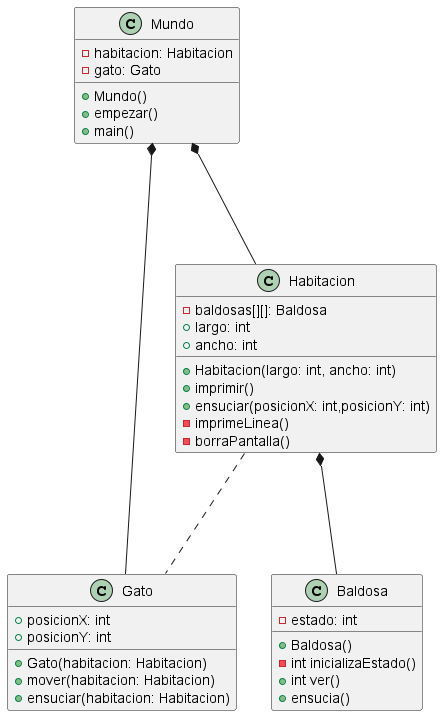
Earlier version of the PlantUML export out/diagrama001/diagrama001.png (mmasias/theWorld). Its source is kept beside it as modelosUML/diagrama001.puml.
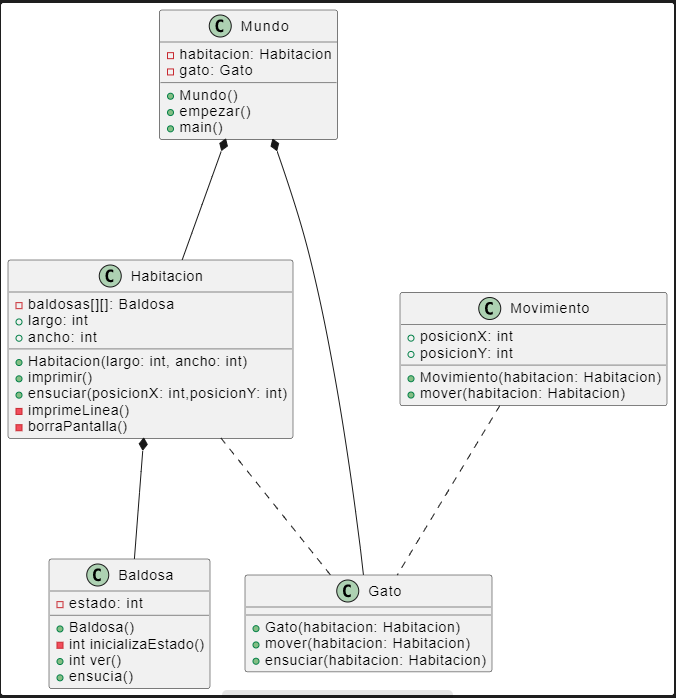
Later version of the same file.

Diff of the diagram source:
```diff
@@ -28,16 +28,22 @@
 }
 
 class Gato{
-    + posicionX: int
-    + posicionY: int
     + Gato(habitacion: Habitacion)
     + mover(habitacion: Habitacion)
     + ensuciar(habitacion: Habitacion)
 }
 
-Mundo *-D-- Habitacion
-Mundo *-R--- Gato
-Habitacion *-D-- Baldosa
+class Movimiento {
+    + posicionX: int
+    + posicionY: int
+    + Movimiento(habitacion: Habitacion)
+    + mover(habitacion: Habitacion)
+}
+
+
+Mundo *--- Habitacion
+Mundo *--- Gato
+Habitacion *--- Baldosa
 Habitacion ... Gato
-
+Movimiento ... Gato
 @enduml
```
